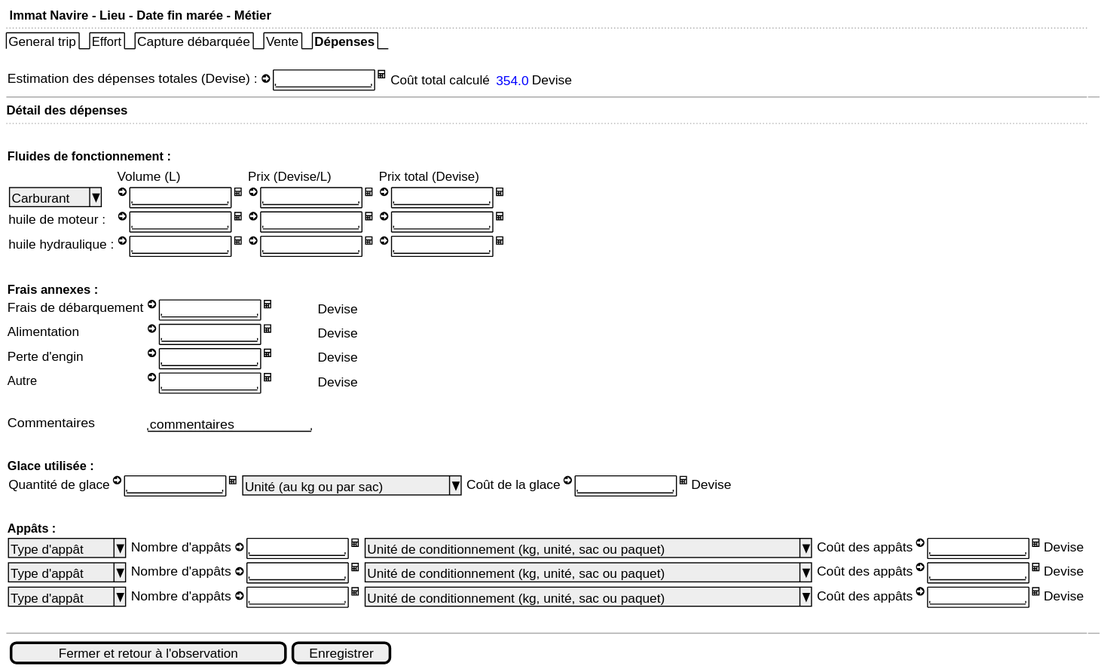
Above: use-case/collect/trip/landing-ui-expenses.svg in sumaris-net/sumaris-doc (PlantUML), before the change. Its source is kept beside it as use-case/collect/trip/landing-ui-expenses.puml. Source of this version:
```plantuml
@startsalt
{
  <b> Immat Navire - Lieu - Date fin marée - Métier
  ..
  {/ General trip | Effort | Capture débarquée | Vente | <b>Dépenses }
  .
  {Estimation des dépenses totales (Devise) : <&arrow-circle-right> {+"           " } <&calculator> | {Coût total calculé  {<color:blue> 354.0} Devise }}
  -- | --
  <b>Détail des dépenses
  ..
  {
  .
  <b>Fluides de fonctionnement :
    {
    .                   | {Volume (L)} | {Prix (Devise/L)} | {Prix total (Devise)}
    { ^Carburant^ }     | { <&arrow-circle-right> {+"           " } <&calculator>} | {<&arrow-circle-right> {+"           " } <&calculator>} | {<&arrow-circle-right> {+"           " } <&calculator>}
    huile de moteur :   | { <&arrow-circle-right> {+"           " } <&calculator>} | {<&arrow-circle-right> {+"           " } <&calculator>} | {<&arrow-circle-right> {+"           " } <&calculator>}
    huile hydraulique : | { <&arrow-circle-right> {+"           " } <&calculator>} | {<&arrow-circle-right> {+"           " } <&calculator>} | {<&arrow-circle-right> {+"           " } <&calculator>}
    }
  }
  .
  {
  <b>Frais annexes :

    Frais de débarquement | { <&arrow-circle-right> {+"           " } <&calculator>} | {Devise}
    Alimentation          | { <&arrow-circle-right> {+"           " } <&calculator>} | {Devise}
    Perte d'engin         | { <&arrow-circle-right> {+"           " } <&calculator>} | {Devise}
    Autre                 | { <&arrow-circle-right> {+"           " } <&calculator>} | {Devise}
    .
    Commentaires              | { "commentaires       "}
  }
  .
  {
  <b>Glace utilisée :
    {Quantité de glace | <&arrow-circle-right> {+"           " } <&calculator>}  | { ^Unité (au kg ou par sac)^ } | { Coût de la glace | <&arrow-circle-right> {+"           " } <&calculator> | Devise}
  }
  .
  {
  <b>Appâts :
    { ^Type d'appât^ } | {Nombre d'appâts <&arrow-circle-right> {+"           " } <&calculator>} | { ^Unité de conditionnement (kg, unité, sac ou paquet)^ } | { Coût des appâts | <&arrow-circle-right> {+"           " } <&calculator> | Devise}
    { ^Type d'appât^ } | {Nombre d'appâts <&arrow-circle-right> {+"           " } <&calculator>} | { ^Unité de conditionnement (kg, unité, sac ou paquet)^ } | { Coût des appâts | <&arrow-circle-right> {+"           " } <&calculator> | Devise}
    { ^Type d'appât^ } | {Nombre d'appâts <&arrow-circle-right> {+"           " } <&calculator>} | { ^Unité de conditionnement (kg, unité, sac ou paquet)^ } | { Coût des appâts | <&arrow-circle-right> {+"           " } <&calculator> | Devise}
  }
  .
  -- | --
  {{[Fermer et retour à l'observation] | [Enregistrer]}}
}
@endsalt
```
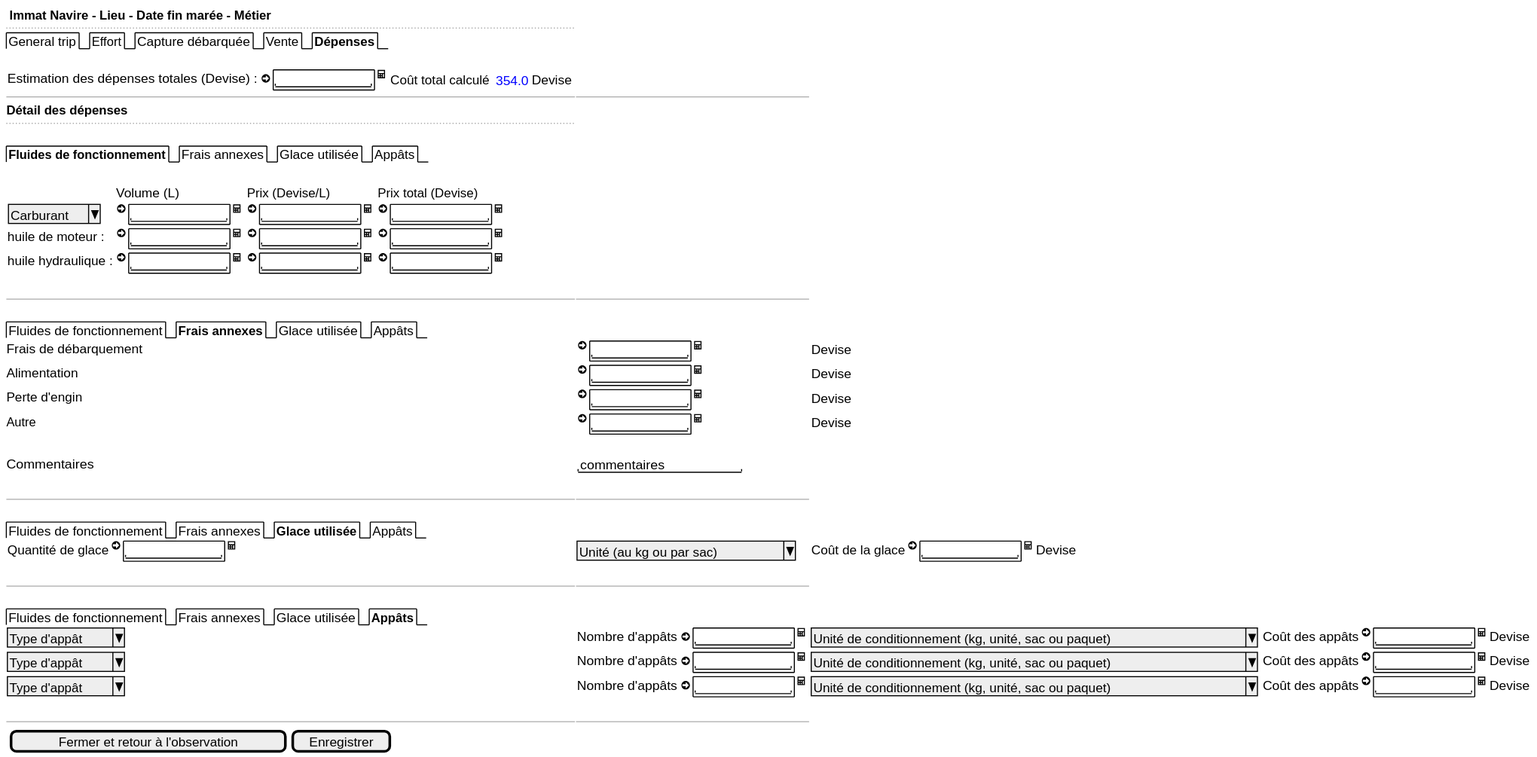
After the commit.

What changed in the source:
```diff
@@ -8,19 +8,19 @@
   -- | --
   <b>Détail des dépenses
   ..
-  {
   .
-  <b>Fluides de fonctionnement :
+    {/ <b>Fluides de fonctionnement | Frais annexes | Glace utilisée | Appâts }
+  .
     {
     .                   | {Volume (L)} | {Prix (Devise/L)} | {Prix total (Devise)}
     { ^Carburant^ }     | { <&arrow-circle-right> {+"           " } <&calculator>} | {<&arrow-circle-right> {+"           " } <&calculator>} | {<&arrow-circle-right> {+"           " } <&calculator>}
     huile de moteur :   | { <&arrow-circle-right> {+"           " } <&calculator>} | {<&arrow-circle-right> {+"           " } <&calculator>} | {<&arrow-circle-right> {+"           " } <&calculator>}
     huile hydraulique : | { <&arrow-circle-right> {+"           " } <&calculator>} | {<&arrow-circle-right> {+"           " } <&calculator>} | {<&arrow-circle-right> {+"           " } <&calculator>}
     }
-  }
   .
-  {
-  <b>Frais annexes :
+  -- | --
+  .
+    {/ Fluides de fonctionnement | <b>Frais annexes | Glace utilisée | Appâts }
 
     Frais de débarquement | { <&arrow-circle-right> {+"           " } <&calculator>} | {Devise}
     Alimentation          | { <&arrow-circle-right> {+"           " } <&calculator>} | {Devise}
@@ -28,19 +28,20 @@
     Autre                 | { <&arrow-circle-right> {+"           " } <&calculator>} | {Devise}
     .
     Commentaires              | { "commentaires       "}
-  }
   .
-  {
-  <b>Glace utilisée :
+  -- | --
+  .
+    {/ Fluides de fonctionnement | Frais annexes | <b>Glace utilisée | Appâts }
+
     {Quantité de glace | <&arrow-circle-right> {+"           " } <&calculator>}  | { ^Unité (au kg ou par sac)^ } | { Coût de la glace | <&arrow-circle-right> {+"           " } <&calculator> | Devise}
-  }
   .
-  {
-  <b>Appâts :
+  -- | --
+  .
+    {/ Fluides de fonctionnement | Frais annexes | Glace utilisée | <b>Appâts }
+
     { ^Type d'appât^ } | {Nombre d'appâts <&arrow-circle-right> {+"           " } <&calculator>} | { ^Unité de conditionnement (kg, unité, sac ou paquet)^ } | { Coût des appâts | <&arrow-circle-right> {+"           " } <&calculator> | Devise}
     { ^Type d'appât^ } | {Nombre d'appâts <&arrow-circle-right> {+"           " } <&calculator>} | { ^Unité de conditionnement (kg, unité, sac ou paquet)^ } | { Coût des appâts | <&arrow-circle-right> {+"           " } <&calculator> | Devise}
     { ^Type d'appât^ } | {Nombre d'appâts <&arrow-circle-right> {+"           " } <&calculator>} | { ^Unité de conditionnement (kg, unité, sac ou paquet)^ } | { Coût des appâts | <&arrow-circle-right> {+"           " } <&calculator> | Devise}
-  }
   .
   -- | --
   {{[Fermer et retour à l'observation] | [Enregistrer]}}
```
